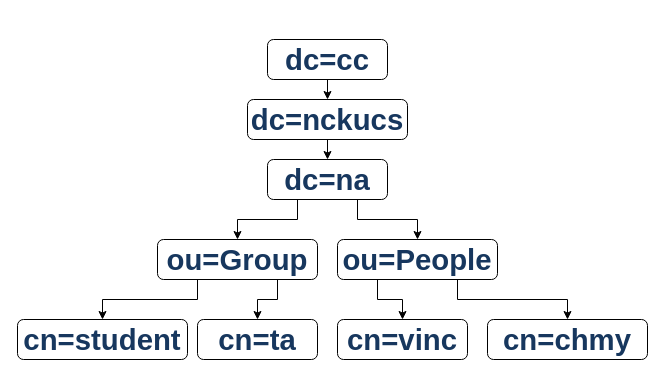
Vincent550102/NASA-graph keeps this draw.io diagram as NASA-graph/ldapsearch.drawio. Above is the earlier version. Source tidied: cells renumbered, new cells numbered last; positions are measured from the earlier drawing's top-left corner, leaving out a move shared by most shapes. Both pictures are drawn from the tidied source at 100%, with x=0, y=0 at pixel (17, 39).
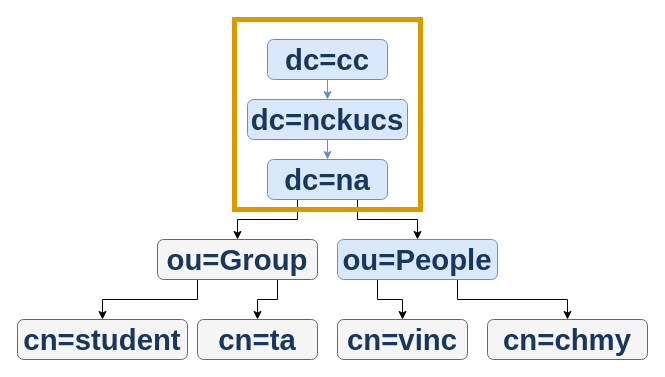
The same page after the edit.

The edit, as a diff of the source:
```diff
@@
 <mxGraphModel>
   <root>
     <mxCell id="0" />
     <mxCell id="1" parent="0" />
-    <mxCell id="2" style="edgeStyle=orthogonalEdgeStyle;rounded=0;jettySize=auto;html=1;exitX=0.5;exitY=1;exitDx=0;exitDy=0;entryX=0.5;entryY=0;entryDx=0;entryDy=0;fontSize=29;" parent="1" edge="1" source="3" target="5">
+    <mxCell id="2" style="edgeStyle=orthogonalEdgeStyle;rounded=0;jettySize=auto;html=1;exitX=0.5;exitY=1;exitDx=0;exitDy=0;entryX=0.5;entryY=0;entryDx=0;entryDy=0;fontSize=29;fillColor=#dae8fc;strokeColor=#6c8ebf;" parent="1" edge="1" source="3" target="5">
       <mxGeometry relative="1" as="geometry" />
     </mxCell>
-    <mxCell id="3" value="&lt;p style=&quot;line-height: normal; margin: 0pt 0in; text-indent: 0in; direction: ltr; unicode-bidi: embed; vertical-align: baseline; word-break: normal;&quot;&gt;&lt;span style=&quot;font-size: 22pt; font-family: Arial; font-variant-numeric: normal; font-variant-east-asian: normal; color: rgb(23, 55, 94); font-weight: bold;&quot;&gt;dc=cc&lt;/span&gt;&lt;/p&gt;" style="rounded=1;whiteSpace=wrap;html=1;" parent="1" vertex="1">
+    <mxCell id="3" value="&lt;p style=&quot;line-height: normal; margin: 0pt 0in; text-indent: 0in; direction: ltr; unicode-bidi: embed; vertical-align: baseline; word-break: normal;&quot;&gt;&lt;span style=&quot;font-size: 22pt; font-family: Arial; font-variant-numeric: normal; font-variant-east-asian: normal; color: rgb(23, 55, 94); font-weight: bold;&quot;&gt;dc=cc&lt;/span&gt;&lt;/p&gt;" style="rounded=1;whiteSpace=wrap;html=1;fillColor=#dae8fc;strokeColor=#6c8ebf;" parent="1" vertex="1">
       <mxGeometry x="250" width="120" height="40" as="geometry" />
     </mxCell>
-    <mxCell id="4" style="edgeStyle=orthogonalEdgeStyle;rounded=0;jettySize=auto;html=1;exitX=0.5;exitY=1;exitDx=0;exitDy=0;entryX=0.5;entryY=0;entryDx=0;entryDy=0;fontSize=29;" parent="1" edge="1" source="5" target="8">
+    <mxCell id="4" style="edgeStyle=orthogonalEdgeStyle;rounded=0;jettySize=auto;html=1;exitX=0.5;exitY=1;exitDx=0;exitDy=0;entryX=0.5;entryY=0;entryDx=0;entryDy=0;fontSize=29;fillColor=#dae8fc;strokeColor=#6c8ebf;" parent="1" edge="1" source="5" target="8">
       <mxGeometry relative="1" as="geometry" />
     </mxCell>
-    <mxCell id="5" value="&lt;p style=&quot;line-height: normal; margin: 0pt 0in; text-indent: 0in; direction: ltr; unicode-bidi: embed; vertical-align: baseline; word-break: normal;&quot;&gt;&lt;span style=&quot;font-size: 22pt; font-family: Arial; font-variant-numeric: normal; font-variant-east-asian: normal; color: rgb(23, 55, 94); font-weight: bold;&quot;&gt;d&lt;/span&gt;&lt;span style=&quot;font-size: 22pt; font-family: Arial; font-variant-numeric: normal; font-variant-east-asian: normal; color: rgb(23, 55, 94); font-weight: bold; vertical-align: baseline;&quot;&gt;c=&lt;/span&gt;&lt;span style=&quot;font-size: 22pt; font-family: Arial; font-variant-numeric: normal; font-variant-east-asian: normal; color: rgb(23, 55, 94); font-weight: bold; vertical-align: baseline;&quot;&gt;nckucs&lt;/span&gt;&lt;/p&gt;" style="rounded=1;whiteSpace=wrap;html=1;" parent="1" vertex="1">
+    <mxCell id="5" value="&lt;p style=&quot;line-height: normal; margin: 0pt 0in; text-indent: 0in; direction: ltr; unicode-bidi: embed; vertical-align: baseline; word-break: normal;&quot;&gt;&lt;span style=&quot;font-size: 22pt; font-family: Arial; font-variant-numeric: normal; font-variant-east-asian: normal; color: rgb(23, 55, 94); font-weight: bold;&quot;&gt;d&lt;/span&gt;&lt;span style=&quot;font-size: 22pt; font-family: Arial; font-variant-numeric: normal; font-variant-east-asian: normal; color: rgb(23, 55, 94); font-weight: bold; vertical-align: baseline;&quot;&gt;c=&lt;/span&gt;&lt;span style=&quot;font-size: 22pt; font-family: Arial; font-variant-numeric: normal; font-variant-east-asian: normal; color: rgb(23, 55, 94); font-weight: bold; vertical-align: baseline;&quot;&gt;nckucs&lt;/span&gt;&lt;/p&gt;" style="rounded=1;whiteSpace=wrap;html=1;fillColor=#dae8fc;strokeColor=#6c8ebf;" parent="1" vertex="1">
       <mxGeometry x="230" y="60" width="160" height="40" as="geometry" />
     </mxCell>
     <mxCell id="6" style="edgeStyle=orthogonalEdgeStyle;rounded=0;jettySize=auto;html=1;exitX=0.25;exitY=1;exitDx=0;exitDy=0;entryX=0.5;entryY=0;entryDx=0;entryDy=0;fontSize=29;" parent="1" edge="1" source="8" target="11">
       <mxGeometry relative="1" as="geometry" />
     </mxCell>
     <mxCell id="7" style="edgeStyle=orthogonalEdgeStyle;rounded=0;jettySize=auto;html=1;exitX=0.75;exitY=1;exitDx=0;exitDy=0;entryX=0.5;entryY=0;entryDx=0;entryDy=0;fontSize=29;" parent="1" edge="1" source="8" target="14">
       <mxGeometry relative="1" as="geometry" />
     </mxCell>
-    <mxCell id="8" value="&lt;p style=&quot;line-height: normal; margin: 0pt 0in; text-indent: 0in; direction: ltr; unicode-bidi: embed; vertical-align: baseline; word-break: normal;&quot;&gt;&lt;span style=&quot;font-size: 22pt; font-family: Arial; font-variant-numeric: normal; font-variant-east-asian: normal; color: rgb(23, 55, 94); font-weight: bold;&quot;&gt;dc=&lt;/span&gt;&lt;span style=&quot;font-size: 22pt; font-family: Arial; font-variant-numeric: normal; font-variant-east-asian: normal; color: rgb(23, 55, 94); font-weight: bold;&quot;&gt;na&lt;/span&gt;&lt;/p&gt;" style="rounded=1;whiteSpace=wrap;html=1;" parent="1" vertex="1">
+    <mxCell id="8" value="&lt;p style=&quot;line-height: normal; margin: 0pt 0in; text-indent: 0in; direction: ltr; unicode-bidi: embed; vertical-align: baseline; word-break: normal;&quot;&gt;&lt;span style=&quot;font-size: 22pt; font-family: Arial; font-variant-numeric: normal; font-variant-east-asian: normal; color: rgb(23, 55, 94); font-weight: bold;&quot;&gt;dc=&lt;/span&gt;&lt;span style=&quot;font-size: 22pt; font-family: Arial; font-variant-numeric: normal; font-variant-east-asian: normal; color: rgb(23, 55, 94); font-weight: bold;&quot;&gt;na&lt;/span&gt;&lt;/p&gt;" style="rounded=1;whiteSpace=wrap;html=1;fillColor=#dae8fc;strokeColor=#6c8ebf;" parent="1" vertex="1">
       <mxGeometry x="250" y="120" width="120" height="40" as="geometry" />
     </mxCell>
     <mxCell id="9" style="edgeStyle=orthogonalEdgeStyle;rounded=0;jettySize=auto;html=1;exitX=0.25;exitY=1;exitDx=0;exitDy=0;entryX=0.5;entryY=0;entryDx=0;entryDy=0;fontSize=29;" parent="1" edge="1" source="11" target="15">
       <mxGeometry relative="1" as="geometry" />
     </mxCell>
     <mxCell id="10" style="edgeStyle=orthogonalEdgeStyle;rounded=0;jettySize=auto;html=1;exitX=0.75;exitY=1;exitDx=0;exitDy=0;entryX=0.5;entryY=0;entryDx=0;entryDy=0;fontSize=29;" parent="1" edge="1" source="11" target="16">
       <mxGeometry relative="1" as="geometry" />
     </mxCell>
-    <mxCell id="11" value="&lt;p style=&quot;line-height: normal; margin: 0pt 0in; text-indent: 0in; direction: ltr; unicode-bidi: embed; vertical-align: baseline; word-break: normal;&quot;&gt;&lt;span style=&quot;font-size: 22pt; font-family: Arial; font-variant-numeric: normal; font-variant-east-asian: normal; color: rgb(23, 55, 94); font-weight: bold;&quot;&gt;o&lt;/span&gt;&lt;span style=&quot;font-size: 22pt; font-family: Arial; font-variant-numeric: normal; font-variant-east-asian: normal; color: rgb(23, 55, 94); font-weight: bold; vertical-align: baseline;&quot;&gt;u&lt;/span&gt;&lt;span style=&quot;font-size: 22pt; font-family: Arial; font-variant-numeric: normal; font-variant-east-asian: normal; color: rgb(23, 55, 94); font-weight: bold; vertical-align: baseline;&quot;&gt;=&lt;/span&gt;&lt;span style=&quot;font-size: 22pt; font-family: Arial; font-variant-numeric: normal; font-variant-east-asian: normal; color: rgb(23, 55, 94); font-weight: bold;&quot;&gt;Group&lt;/span&gt;&lt;/p&gt;" style="rounded=1;whiteSpace=wrap;html=1;" parent="1" vertex="1">
+    <mxCell id="11" value="&lt;p style=&quot;line-height: normal; margin: 0pt 0in; text-indent: 0in; direction: ltr; unicode-bidi: embed; vertical-align: baseline; word-break: normal;&quot;&gt;&lt;span style=&quot;font-size: 22pt; font-family: Arial; font-variant-numeric: normal; font-variant-east-asian: normal; color: rgb(23, 55, 94); font-weight: bold;&quot;&gt;o&lt;/span&gt;&lt;span style=&quot;font-size: 22pt; font-family: Arial; font-variant-numeric: normal; font-variant-east-asian: normal; color: rgb(23, 55, 94); font-weight: bold; vertical-align: baseline;&quot;&gt;u&lt;/span&gt;&lt;span style=&quot;font-size: 22pt; font-family: Arial; font-variant-numeric: normal; font-variant-east-asian: normal; color: rgb(23, 55, 94); font-weight: bold; vertical-align: baseline;&quot;&gt;=&lt;/span&gt;&lt;span style=&quot;font-size: 22pt; font-family: Arial; font-variant-numeric: normal; font-variant-east-asian: normal; color: rgb(23, 55, 94); font-weight: bold;&quot;&gt;Group&lt;/span&gt;&lt;/p&gt;" style="rounded=1;whiteSpace=wrap;html=1;fillColor=#f5f5f5;fontColor=#333333;strokeColor=#666666;" parent="1" vertex="1">
       <mxGeometry x="140" y="200" width="160" height="40" as="geometry" />
     </mxCell>
     <mxCell id="12" style="edgeStyle=orthogonalEdgeStyle;rounded=0;jettySize=auto;html=1;exitX=0.25;exitY=1;exitDx=0;exitDy=0;fontSize=29;" parent="1" edge="1" source="14" target="17">
       <mxGeometry relative="1" as="geometry" />
     </mxCell>
     <mxCell id="13" style="edgeStyle=orthogonalEdgeStyle;rounded=0;jettySize=auto;html=1;exitX=0.75;exitY=1;exitDx=0;exitDy=0;entryX=0.5;entryY=0;entryDx=0;entryDy=0;fontSize=29;" parent="1" edge="1" source="14" target="18">
       <mxGeometry relative="1" as="geometry" />
     </mxCell>
-    <mxCell id="14" value="&lt;p style=&quot;line-height: normal; margin: 0pt 0in; text-indent: 0in; direction: ltr; unicode-bidi: embed; vertical-align: baseline; word-break: normal;&quot;&gt;&lt;span style=&quot;font-size: 22pt; font-family: Arial; font-variant-numeric: normal; font-variant-east-asian: normal; color: rgb(23, 55, 94); font-weight: bold;&quot;&gt;o&lt;/span&gt;&lt;span style=&quot;font-size: 22pt; font-family: Arial; font-variant-numeric: normal; font-variant-east-asian: normal; color: rgb(23, 55, 94); font-weight: bold; vertical-align: baseline;&quot;&gt;u&lt;/span&gt;&lt;span style=&quot;font-size: 22pt; font-family: Arial; font-variant-numeric: normal; font-variant-east-asian: normal; color: rgb(23, 55, 94); font-weight: bold; vertical-align: baseline;&quot;&gt;=&lt;/span&gt;&lt;span style=&quot;font-size: 22pt; font-family: Arial; font-variant-numeric: normal; font-variant-east-asian: normal; color: rgb(23, 55, 94); font-weight: bold;&quot;&gt;People&lt;/span&gt;&lt;/p&gt;" style="rounded=1;whiteSpace=wrap;html=1;" parent="1" vertex="1">
+    <mxCell id="14" value="&lt;p style=&quot;line-height: normal; margin: 0pt 0in; text-indent: 0in; direction: ltr; unicode-bidi: embed; vertical-align: baseline; word-break: normal;&quot;&gt;&lt;span style=&quot;font-size: 22pt; font-family: Arial; font-variant-numeric: normal; font-variant-east-asian: normal; color: rgb(23, 55, 94); font-weight: bold;&quot;&gt;o&lt;/span&gt;&lt;span style=&quot;font-size: 22pt; font-family: Arial; font-variant-numeric: normal; font-variant-east-asian: normal; color: rgb(23, 55, 94); font-weight: bold; vertical-align: baseline;&quot;&gt;u&lt;/span&gt;&lt;span style=&quot;font-size: 22pt; font-family: Arial; font-variant-numeric: normal; font-variant-east-asian: normal; color: rgb(23, 55, 94); font-weight: bold; vertical-align: baseline;&quot;&gt;=&lt;/span&gt;&lt;span style=&quot;font-size: 22pt; font-family: Arial; font-variant-numeric: normal; font-variant-east-asian: normal; color: rgb(23, 55, 94); font-weight: bold;&quot;&gt;People&lt;/span&gt;&lt;/p&gt;" style="rounded=1;whiteSpace=wrap;html=1;fillColor=#dae8fc;strokeColor=#6c8ebf;" parent="1" vertex="1">
       <mxGeometry x="320" y="200" width="160" height="40" as="geometry" />
     </mxCell>
-    <mxCell id="15" value="&lt;p style=&quot;line-height: normal; margin: 0pt 0in; text-indent: 0in; direction: ltr; unicode-bidi: embed; vertical-align: baseline; word-break: normal;&quot;&gt;&lt;span style=&quot;font-size: 22pt; font-family: Arial; font-variant-numeric: normal; font-variant-east-asian: normal; color: rgb(23, 55, 94); font-weight: bold;&quot;&gt;cn&lt;/span&gt;&lt;span style=&quot;font-size: 22pt; font-family: Arial; font-variant-numeric: normal; font-variant-east-asian: normal; color: rgb(23, 55, 94); font-weight: bold; vertical-align: baseline;&quot;&gt;=student&lt;/span&gt;&lt;/p&gt;" style="rounded=1;whiteSpace=wrap;html=1;" parent="1" vertex="1">
+    <mxCell id="15" value="&lt;p style=&quot;line-height: normal; margin: 0pt 0in; text-indent: 0in; direction: ltr; unicode-bidi: embed; vertical-align: baseline; word-break: normal;&quot;&gt;&lt;span style=&quot;font-size: 22pt; font-family: Arial; font-variant-numeric: normal; font-variant-east-asian: normal; color: rgb(23, 55, 94); font-weight: bold;&quot;&gt;cn&lt;/span&gt;&lt;span style=&quot;font-size: 22pt; font-family: Arial; font-variant-numeric: normal; font-variant-east-asian: normal; color: rgb(23, 55, 94); font-weight: bold; vertical-align: baseline;&quot;&gt;=student&lt;/span&gt;&lt;/p&gt;" style="rounded=1;whiteSpace=wrap;html=1;fillColor=#f5f5f5;fontColor=#333333;strokeColor=#666666;" parent="1" vertex="1">
       <mxGeometry y="280" width="170" height="40" as="geometry" />
     </mxCell>
-    <mxCell id="16" value="&lt;p style=&quot;line-height: normal; margin: 0pt 0in; text-indent: 0in; direction: ltr; unicode-bidi: embed; vertical-align: baseline; word-break: normal;&quot;&gt;&lt;span style=&quot;font-size: 22pt; font-family: Arial; font-variant-numeric: normal; font-variant-east-asian: normal; color: rgb(23, 55, 94); font-weight: bold;&quot;&gt;cn&lt;/span&gt;&lt;span style=&quot;font-size: 22pt; font-family: Arial; font-variant-numeric: normal; font-variant-east-asian: normal; color: rgb(23, 55, 94); font-weight: bold; vertical-align: baseline;&quot;&gt;=ta&lt;/span&gt;&lt;/p&gt;" style="rounded=1;whiteSpace=wrap;html=1;" parent="1" vertex="1">
+    <mxCell id="16" value="&lt;p style=&quot;line-height: normal; margin: 0pt 0in; text-indent: 0in; direction: ltr; unicode-bidi: embed; vertical-align: baseline; word-break: normal;&quot;&gt;&lt;span style=&quot;font-size: 22pt; font-family: Arial; font-variant-numeric: normal; font-variant-east-asian: normal; color: rgb(23, 55, 94); font-weight: bold;&quot;&gt;cn&lt;/span&gt;&lt;span style=&quot;font-size: 22pt; font-family: Arial; font-variant-numeric: normal; font-variant-east-asian: normal; color: rgb(23, 55, 94); font-weight: bold; vertical-align: baseline;&quot;&gt;=ta&lt;/span&gt;&lt;/p&gt;" style="rounded=1;whiteSpace=wrap;html=1;fillColor=#f5f5f5;fontColor=#333333;strokeColor=#666666;" parent="1" vertex="1">
       <mxGeometry x="180" y="280" width="120" height="40" as="geometry" />
     </mxCell>
-    <mxCell id="17" value="&lt;p style=&quot;line-height: normal; margin: 0pt 0in; text-indent: 0in; direction: ltr; unicode-bidi: embed; vertical-align: baseline; word-break: normal;&quot;&gt;&lt;span style=&quot;font-size: 22pt; font-family: Arial; font-variant-numeric: normal; font-variant-east-asian: normal; color: rgb(23, 55, 94); font-weight: bold;&quot;&gt;cn&lt;/span&gt;&lt;span style=&quot;font-size: 22pt; font-family: Arial; font-variant-numeric: normal; font-variant-east-asian: normal; color: rgb(23, 55, 94); font-weight: bold; vertical-align: baseline;&quot;&gt;=&lt;/span&gt;&lt;span style=&quot;font-size: 22pt; font-family: Arial; font-variant-numeric: normal; font-variant-east-asian: normal; color: rgb(23, 55, 94); font-weight: bold; vertical-align: baseline;&quot;&gt;vinc&lt;/span&gt;&lt;/p&gt;" style="rounded=1;whiteSpace=wrap;html=1;" parent="1" vertex="1">
+    <mxCell id="17" value="&lt;p style=&quot;line-height: normal; margin: 0pt 0in; text-indent: 0in; direction: ltr; unicode-bidi: embed; vertical-align: baseline; word-break: normal;&quot;&gt;&lt;span style=&quot;font-size: 22pt; font-family: Arial; font-variant-numeric: normal; font-variant-east-asian: normal; color: rgb(23, 55, 94); font-weight: bold;&quot;&gt;cn&lt;/span&gt;&lt;span style=&quot;font-size: 22pt; font-family: Arial; font-variant-numeric: normal; font-variant-east-asian: normal; color: rgb(23, 55, 94); font-weight: bold; vertical-align: baseline;&quot;&gt;=&lt;/span&gt;&lt;span style=&quot;font-size: 22pt; font-family: Arial; font-variant-numeric: normal; font-variant-east-asian: normal; color: rgb(23, 55, 94); font-weight: bold; vertical-align: baseline;&quot;&gt;vinc&lt;/span&gt;&lt;/p&gt;" style="rounded=1;whiteSpace=wrap;html=1;fillColor=#f5f5f5;fontColor=#333333;strokeColor=#666666;" parent="1" vertex="1">
       <mxGeometry x="320" y="280" width="130" height="40" as="geometry" />
     </mxCell>
-    <mxCell id="18" value="&lt;p style=&quot;line-height: normal; margin: 0pt 0in; text-indent: 0in; direction: ltr; unicode-bidi: embed; vertical-align: baseline; word-break: normal;&quot;&gt;&lt;span style=&quot;font-size: 22pt; font-family: Arial; font-variant-numeric: normal; font-variant-east-asian: normal; color: rgb(23, 55, 94); font-weight: bold;&quot;&gt;cn&lt;/span&gt;&lt;span style=&quot;font-size: 22pt; font-family: Arial; font-variant-numeric: normal; font-variant-east-asian: normal; color: rgb(23, 55, 94); font-weight: bold; vertical-align: baseline;&quot;&gt;=&lt;/span&gt;&lt;span style=&quot;font-size: 22pt; font-family: Arial; font-variant-numeric: normal; font-variant-east-asian: normal; color: rgb(23, 55, 94); font-weight: bold; vertical-align: baseline;&quot;&gt;chmy&lt;/span&gt;&lt;/p&gt;" style="rounded=1;whiteSpace=wrap;html=1;" parent="1" vertex="1">
+    <mxCell id="18" value="&lt;p style=&quot;line-height: normal; margin: 0pt 0in; text-indent: 0in; direction: ltr; unicode-bidi: embed; vertical-align: baseline; word-break: normal;&quot;&gt;&lt;span style=&quot;font-size: 22pt; font-family: Arial; font-variant-numeric: normal; font-variant-east-asian: normal; color: rgb(23, 55, 94); font-weight: bold;&quot;&gt;cn&lt;/span&gt;&lt;span style=&quot;font-size: 22pt; font-family: Arial; font-variant-numeric: normal; font-variant-east-asian: normal; color: rgb(23, 55, 94); font-weight: bold; vertical-align: baseline;&quot;&gt;=&lt;/span&gt;&lt;span style=&quot;font-size: 22pt; font-family: Arial; font-variant-numeric: normal; font-variant-east-asian: normal; color: rgb(23, 55, 94); font-weight: bold; vertical-align: baseline;&quot;&gt;chmy&lt;/span&gt;&lt;/p&gt;" style="rounded=1;whiteSpace=wrap;html=1;fillColor=#f5f5f5;fontColor=#333333;strokeColor=#666666;" parent="1" vertex="1">
       <mxGeometry x="470" y="280" width="160" height="40" as="geometry" />
     </mxCell>
+    <mxCell id="19" style="rounded=0;whiteSpace=wrap;html=1;fillColor=none;strokeColor=#d79b00;strokeWidth=5;" parent="1" vertex="1">
+      <mxGeometry x="217" y="-20" width="186" height="190" as="geometry" />
+    </mxCell>
   </root>
 </mxGraphModel>
```
